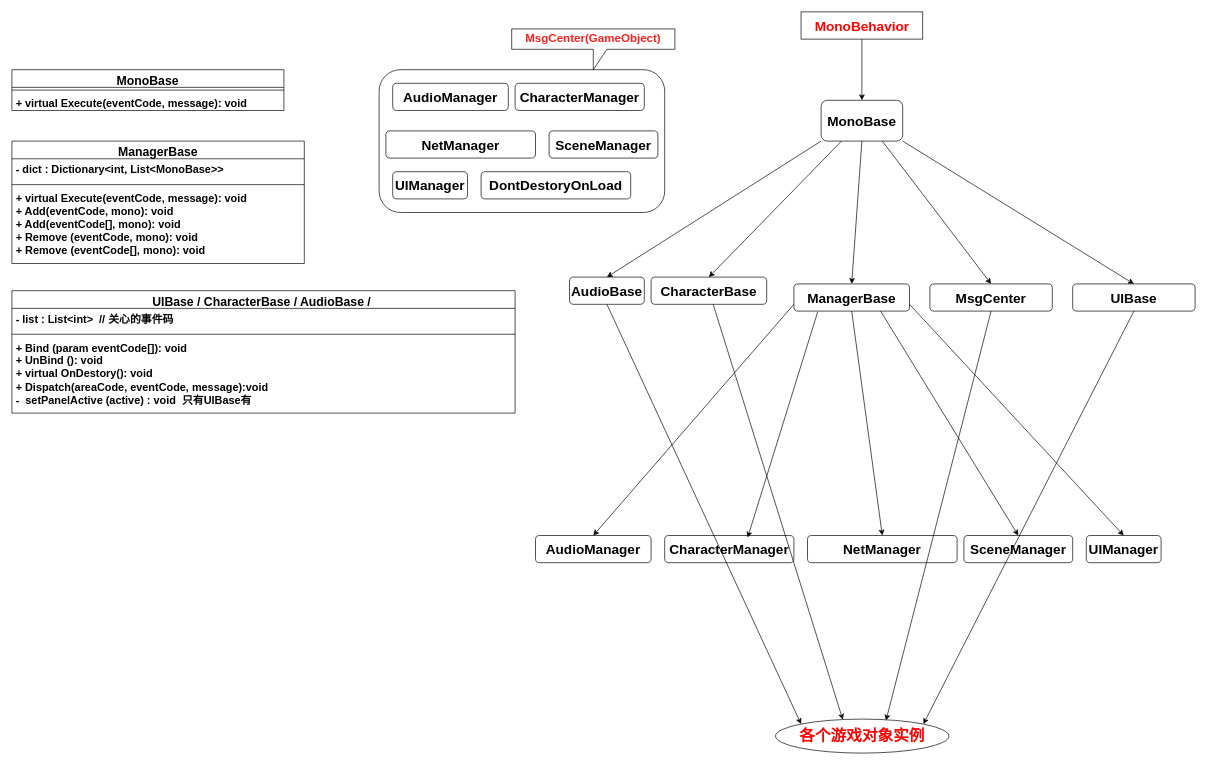
This is 网络斗地主.drawio from chhelloworld/DrawRepository, a draw.io file, before an edit. Source tidied: cells renumbered, new cells numbered last; positions are measured from the earlier drawing's top-left corner, leaving out a move shared by most shapes. Both pictures are drawn from the tidied source at 68%, with x=0, y=0 at pixel (12, 12).
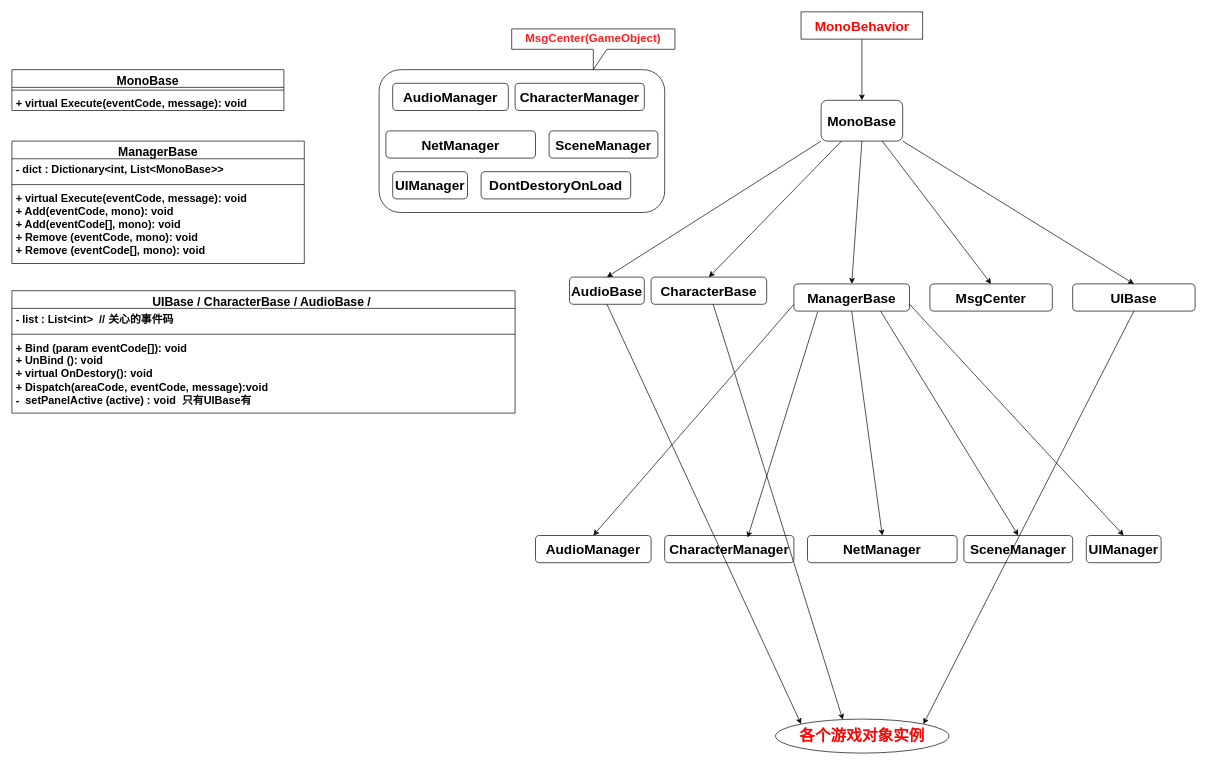
The same diagram, later.

Commit message:
更新网络斗地主.drawio

The change refers to these unchanged cells:
```xml
<mxCell id="11" value="&lt;font style=&quot;font-size: 20px;&quot;&gt;&lt;b&gt;MsgCenter&lt;/b&gt;&lt;/font&gt;" style="rounded=1;whiteSpace=wrap;html=1;" parent="1" vertex="1">
  <mxGeometry x="1350" y="400" width="180" height="40" as="geometry" />
</mxCell>
<mxCell id="34" value="&lt;b&gt;&lt;font color=&quot;#ff0000&quot; style=&quot;font-size: 23px;&quot;&gt;各个游戏对象实例&lt;/font&gt;&lt;/b&gt;" style="ellipse;whiteSpace=wrap;html=1;" parent="1" vertex="1">
  <mxGeometry x="1123" y="1040" width="255" height="50" as="geometry" />
</mxCell>
```

What changed in the source:
```diff
@@
-    <mxCell id="37" style="endArrow=classic;html=1;rounded=0;exitX=0.5;exitY=1;exitDx=0;exitDy=0;entryX=0.637;entryY=0.04;entryDx=0;entryDy=0;entryPerimeter=0;" parent="1" edge="1" source="11" target="34">
-      <mxGeometry relative="1" as="geometry" />
-    </mxCell>
```
